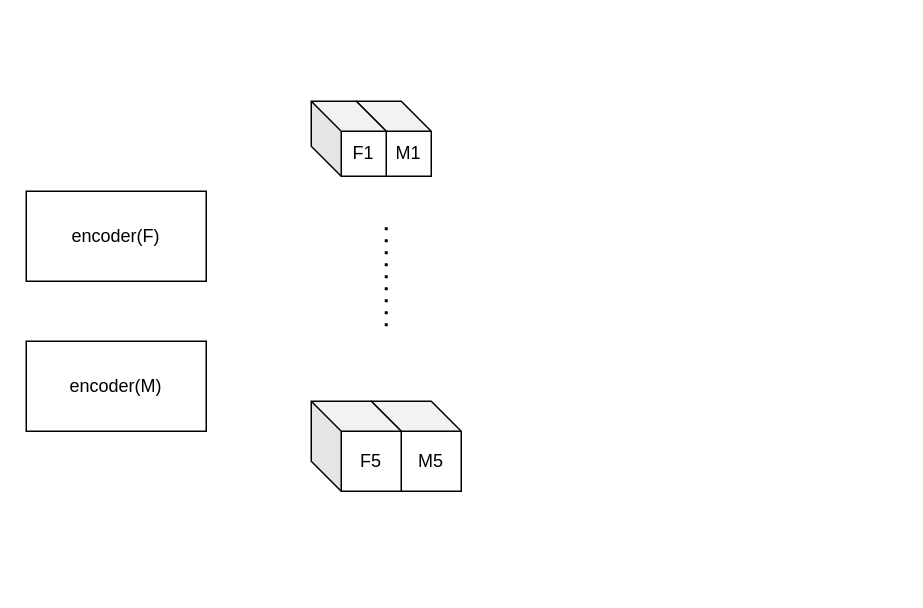
Before: 未命名绘图.drawio in TikyZH/deformable-registration, a draw.io diagram. Source tidied: cells renumbered, new cells numbered last; positions are measured from the earlier drawing's top-left corner, leaving out a move shared by most shapes. Both pictures are drawn from the tidied source at 150%, with x=0, y=0 at pixel (26, 100).
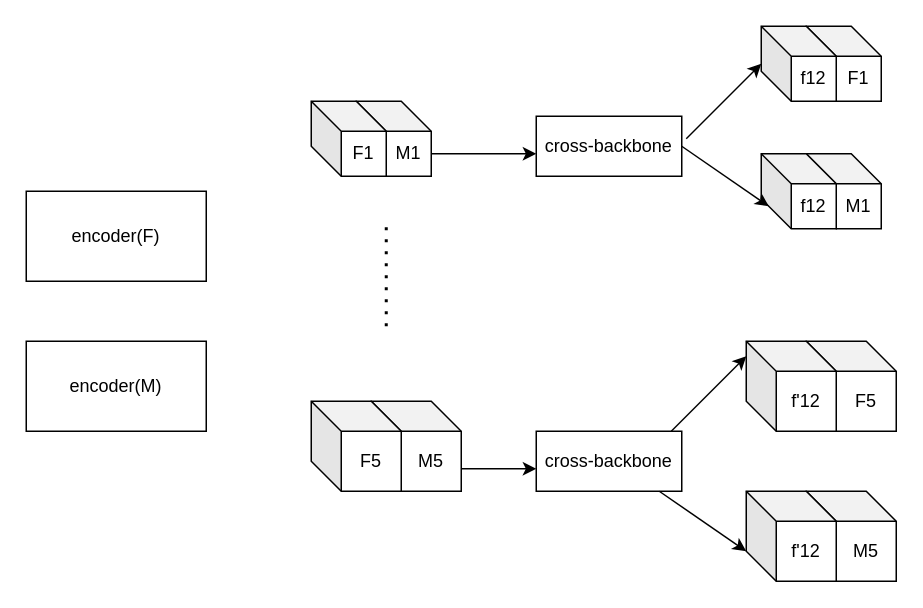
The same diagram, later.

Unchanged cells that the change refers to:
```xml
<mxCell id="4" value="M1" style="shape=cube;whiteSpace=wrap;html=1;boundedLbl=1;backgroundOutline=1;darkOpacity=0.05;darkOpacity2=0.1;" parent="1" vertex="1">
  <mxGeometry x="220" width="50" height="50" as="geometry" />
</mxCell>
```

Change to the diagram source:
```diff
@@
+    <mxCell id="9" value="cross-backbone" style="rounded=0;whiteSpace=wrap;html=1;" parent="1" vertex="1">
+      <mxGeometry x="340" y="10" width="97" height="40" as="geometry" />
+    </mxCell>
+    <mxCell id="10" style="endArrow=classic;html=1;rounded=0;exitX=0;exitY=0;exitDx=50;exitDy=35;exitPerimeter=0;" parent="1" edge="1" source="4">
+      <mxGeometry relative="1" as="geometry">
+        <mxPoint x="340" y="35" as="targetPoint" />
+      </mxGeometry>
+    </mxCell>
+    <mxCell id="11" value="cross-backbone" style="rounded=0;whiteSpace=wrap;html=1;" parent="1" vertex="1">
+      <mxGeometry x="340" y="220" width="97" height="40" as="geometry" />
+    </mxCell>
+    <mxCell id="12" style="endArrow=classic;html=1;rounded=0;exitX=0;exitY=0;exitDx=50;exitDy=35;exitPerimeter=0;" parent="1" edge="1">
+      <mxGeometry relative="1" as="geometry">
+        <mxPoint x="290" y="245" as="sourcePoint" />
+        <mxPoint x="340" y="245" as="targetPoint" />
+      </mxGeometry>
+    </mxCell>
+    <mxCell id="13" value="F1" style="shape=cube;whiteSpace=wrap;html=1;boundedLbl=1;backgroundOutline=1;darkOpacity=0.05;darkOpacity2=0.1;" parent="1" vertex="1">
+      <mxGeometry x="520" y="-50" width="50" height="50" as="geometry" />
+    </mxCell>
+    <mxCell id="14" value="M1" style="shape=cube;whiteSpace=wrap;html=1;boundedLbl=1;backgroundOutline=1;darkOpacity=0.05;darkOpacity2=0.1;" parent="1" vertex="1">
+      <mxGeometry x="520" y="35" width="50" height="50" as="geometry" />
+    </mxCell>
+    <mxCell id="15" value="f12" style="shape=cube;whiteSpace=wrap;html=1;boundedLbl=1;backgroundOutline=1;darkOpacity=0.05;darkOpacity2=0.1;" parent="1" vertex="1">
+      <mxGeometry x="490" y="-50" width="50" height="50" as="geometry" />
+    </mxCell>
+    <mxCell id="16" value="f12" style="shape=cube;whiteSpace=wrap;html=1;boundedLbl=1;backgroundOutline=1;darkOpacity=0.05;darkOpacity2=0.1;" parent="1" vertex="1">
+      <mxGeometry x="490" y="35" width="50" height="50" as="geometry" />
+    </mxCell>
+    <mxCell id="17" value="F5" style="shape=cube;whiteSpace=wrap;html=1;boundedLbl=1;backgroundOutline=1;darkOpacity=0.05;darkOpacity2=0.1;" parent="1" vertex="1">
+      <mxGeometry x="520" y="160" width="60" height="60" as="geometry" />
+    </mxCell>
+    <mxCell id="18" value="M5" style="shape=cube;whiteSpace=wrap;html=1;boundedLbl=1;backgroundOutline=1;darkOpacity=0.05;darkOpacity2=0.1;" parent="1" vertex="1">
+      <mxGeometry x="520" y="260" width="60" height="60" as="geometry" />
+    </mxCell>
+    <mxCell id="19" value="f'12" style="shape=cube;whiteSpace=wrap;html=1;boundedLbl=1;backgroundOutline=1;darkOpacity=0.05;darkOpacity2=0.1;" parent="1" vertex="1">
+      <mxGeometry x="480" y="160" width="60" height="60" as="geometry" />
+    </mxCell>
+    <mxCell id="20" value="f'12" style="shape=cube;whiteSpace=wrap;html=1;boundedLbl=1;backgroundOutline=1;darkOpacity=0.05;darkOpacity2=0.1;" parent="1" vertex="1">
+      <mxGeometry x="480" y="260" width="60" height="60" as="geometry" />
+    </mxCell>
+    <mxCell id="21" style="endArrow=classic;html=1;rounded=0;" parent="1" edge="1">
+      <mxGeometry relative="1" as="geometry">
+        <mxPoint x="440" y="25" as="sourcePoint" />
+        <mxPoint x="490" y="-25" as="targetPoint" />
+      </mxGeometry>
+    </mxCell>
+    <mxCell id="22" style="endArrow=classic;html=1;rounded=0;exitX=1;exitY=0.5;exitDx=0;exitDy=0;" parent="1" edge="1" source="9">
+      <mxGeometry relative="1" as="geometry">
+        <mxPoint x="495" y="70" as="targetPoint" />
+      </mxGeometry>
+    </mxCell>
+    <mxCell id="23" style="endArrow=classic;html=1;rounded=0;" parent="1" edge="1">
+      <mxGeometry relative="1" as="geometry">
+        <mxPoint x="430" y="220" as="sourcePoint" />
+        <mxPoint x="480" y="170" as="targetPoint" />
+      </mxGeometry>
+    </mxCell>
+    <mxCell id="24" style="endArrow=classic;html=1;rounded=0;exitX=1;exitY=0.5;exitDx=0;exitDy=0;" parent="1" edge="1">
+      <mxGeometry relative="1" as="geometry">
+        <mxPoint x="422" y="260" as="sourcePoint" />
+        <mxPoint x="480" y="300" as="targetPoint" />
+      </mxGeometry>
+    </mxCell>
```
